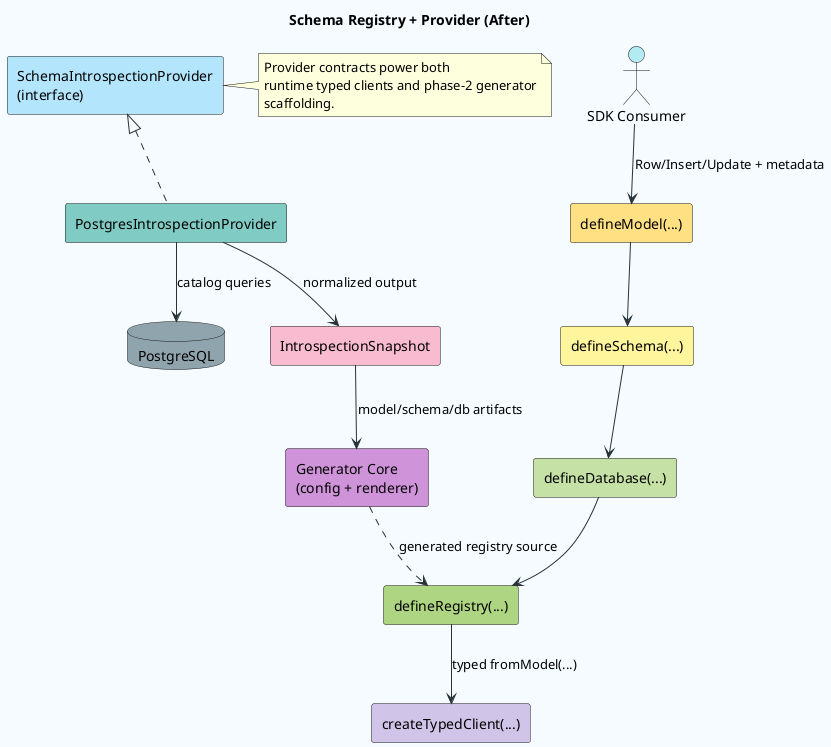
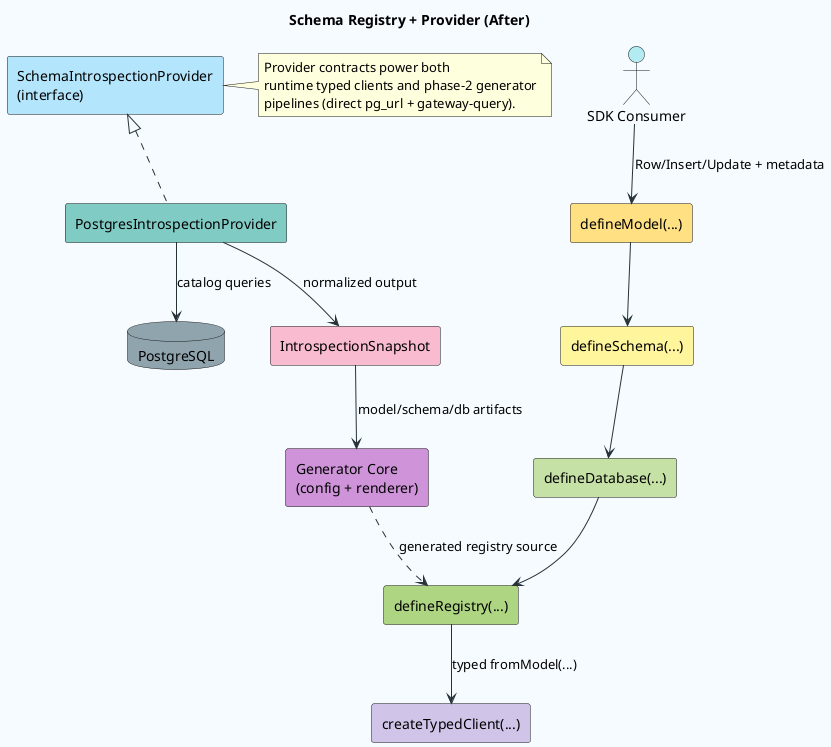
@startuml
title Schema Registry + Provider (After)
skinparam backgroundColor #F6FBFF
skinparam componentStyle rectangle
skinparam ArrowColor #263238
skinparam defaultFontName Consolas

actor "SDK Consumer" as Consumer #B2EBF2
component "defineModel(...)" as DefineModel #FFE082
component "defineSchema(...)" as DefineSchema #FFF59D
component "defineDatabase(...)" as DefineDatabase #C5E1A5
component "defineRegistry(...)" as DefineRegistry #AED581
component "createTypedClient(...)" as TypedClient #D1C4E9
component "SchemaIntrospectionProvider\n(interface)" as ProviderInterface #B3E5FC
component "PostgresIntrospectionProvider" as PostgresProvider #80CBC4
database "PostgreSQL" as Postgres #90A4AE
component "IntrospectionSnapshot" as Snapshot #F8BBD0
component "Generator Core\n(config + renderer)" as GeneratorCore #CE93D8

Consumer --> DefineModel : Row/Insert/Update + metadata
DefineModel --> DefineSchema
DefineSchema --> DefineDatabase
DefineDatabase --> DefineRegistry
DefineRegistry --> TypedClient : typed fromModel(...)

ProviderInterface <|.. PostgresProvider
PostgresProvider --> Postgres : catalog queries
PostgresProvider --> Snapshot : normalized output
Snapshot --> GeneratorCore : model/schema/db artifacts
GeneratorCore ..> DefineRegistry : generated registry source

note right of ProviderInterface
Provider contracts power both
runtime typed clients and phase-2 generator
- scaffolding.
+ pipelines (direct pg_url + gateway-query).
end note
@enduml
